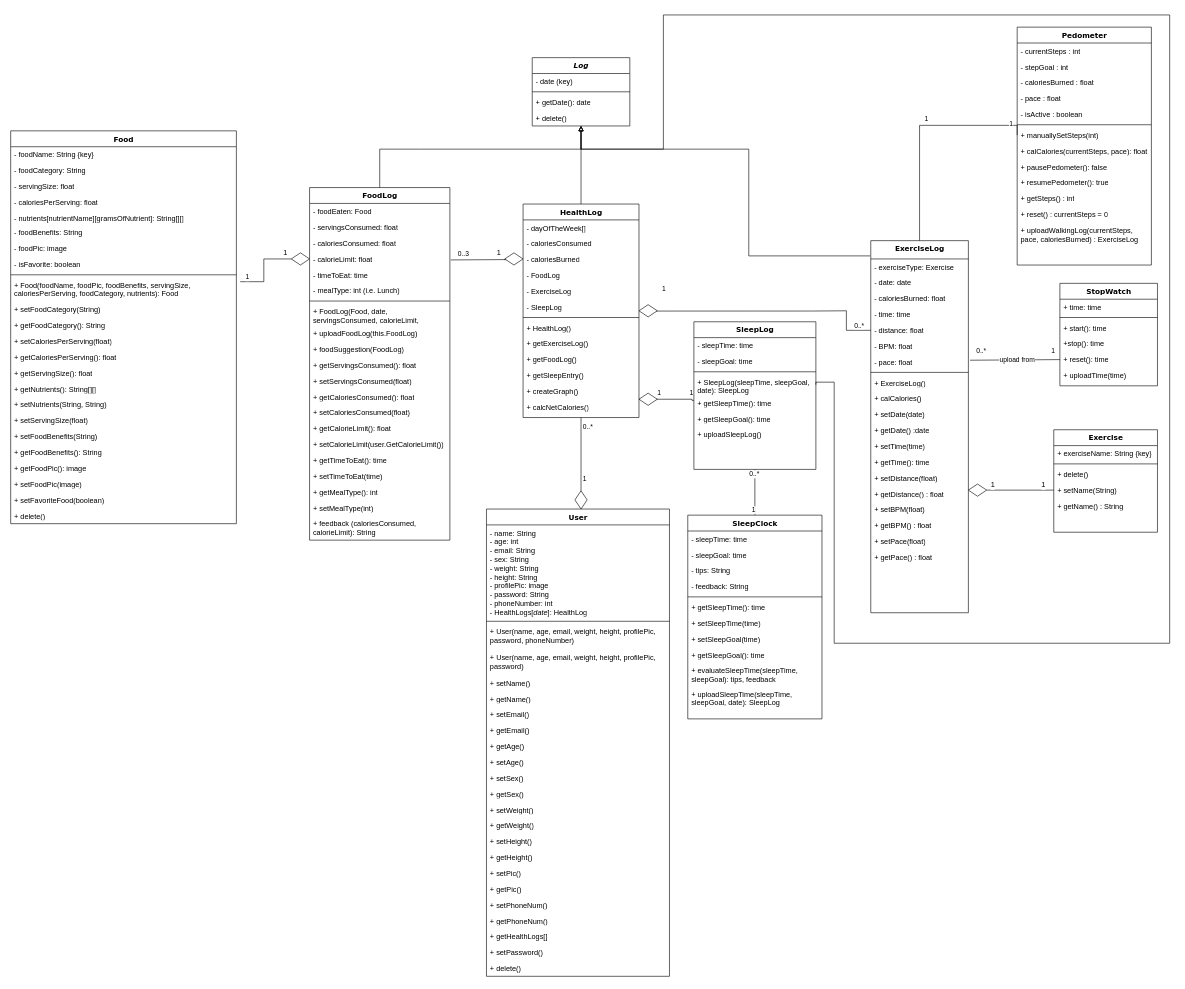
Before: Health App Class Diagram.drawio in Esaied19/Team-Albatross, a draw.io diagram. Source tidied: cells renumbered, new cells numbered last; positions are measured from the earlier drawing's top-left corner, leaving out a move shared by most shapes. Both pictures are drawn from the tidied source at 61%, with x=0, y=0 at pixel (10, 15).
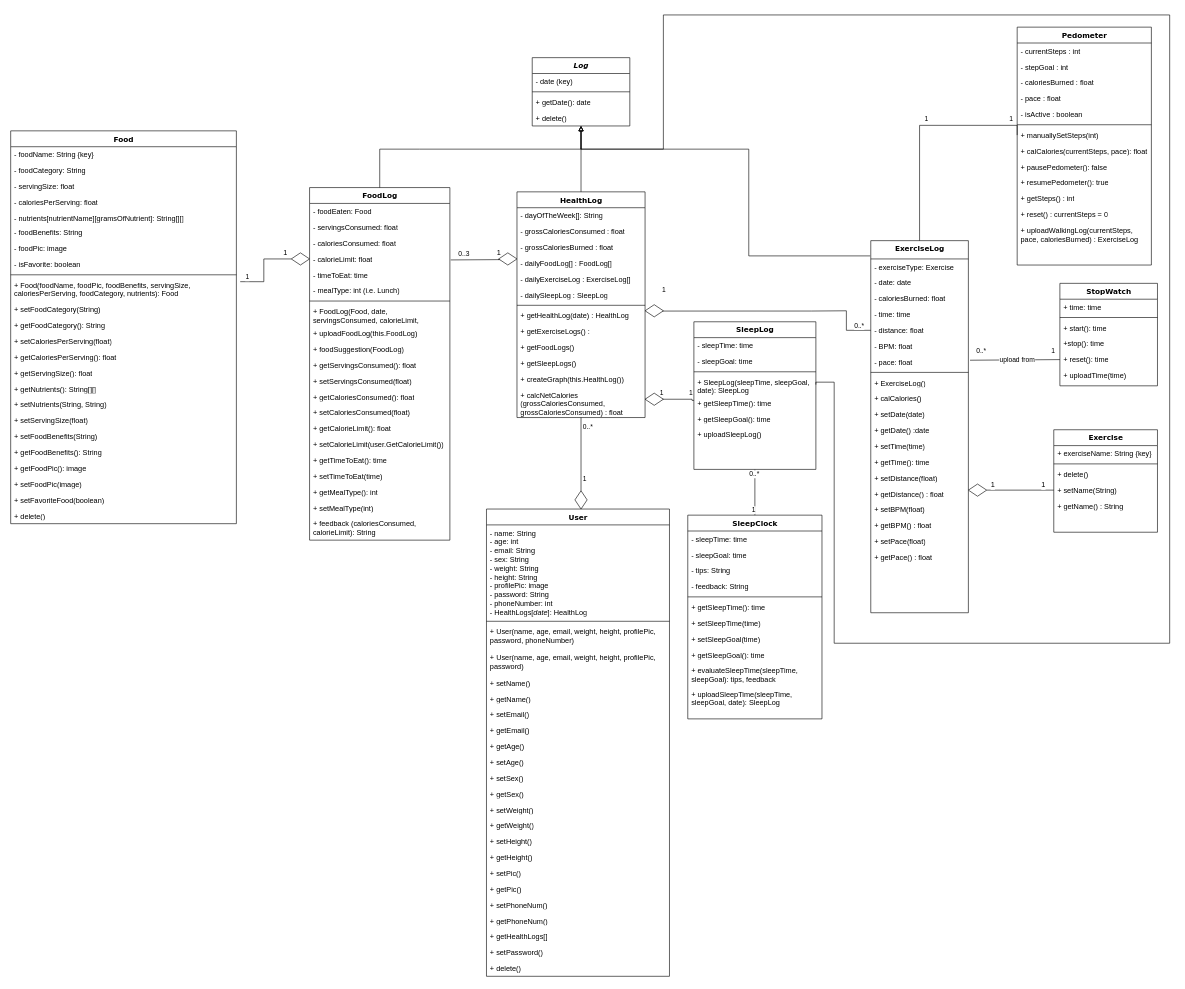
Above is the later version.

Unchanged cells that the change refers to:
```xml
<mxCell id="88" style="edgeStyle=orthogonalEdgeStyle;rounded=0;jettySize=auto;html=1;entryX=0.502;entryY=1.094;entryDx=0;entryDy=0;entryPerimeter=0;labelBackgroundColor=default;fontColor=default;endArrow=none;endFill=0;strokeColor=default;exitX=0.004;exitY=0.344;exitDx=0;exitDy=0;exitPerimeter=0;" parent="1" edge="1" source="99" target="144">
  <mxGeometry relative="1" as="geometry">
    <Array as="points">
      <mxPoint x="1117" y="632" />
      <mxPoint x="1117" y="630" />
      <mxPoint x="935" y="630" />
    </Array>
  </mxGeometry>
</mxCell>
<mxCell id="151" style="edgeStyle=orthogonalEdgeStyle;rounded=0;jettySize=auto;html=1;exitX=0;exitY=0.5;exitDx=0;exitDy=0;labelBackgroundColor=default;fontColor=default;endArrow=none;endFill=0;strokeColor=default;entryX=0.5;entryY=0;entryDx=0;entryDy=0;" parent="1" edge="1" source="33" target="102">
  <mxGeometry relative="1" as="geometry">
    <Array as="points">
      <mxPoint x="1490" y="181" />
    </Array>
  </mxGeometry>
</mxCell>
```

Change to the diagram source:
```diff
@@
     <mxCell id="89" value="1" style="edgeLabel;html=1;align=center;verticalAlign=middle;fontColor=default;" parent="88" vertex="1">
       <mxGeometry x="-0.08" relative="1" as="geometry">
-        <mxPoint x="27" y="-12" as="offset" />
+        <mxPoint x="38" y="-12" as="offset" />
       </mxGeometry>
     </mxCell>
@@
     <mxCell id="132" value="HealthLog" style="swimlane;html=1;fontStyle=1;align=center;verticalAlign=top;horizontal=1;startSize=26;swimlaneFillColor=#ffffff;rounded=0;shadow=0;comic=0;labelBackgroundColor=none;strokeWidth=1;fillColor=none;fontFamily=Verdana;fontSize=12;strokeColor=default;fontColor=default;" parent="1" vertex="1">
-      <mxGeometry x="840" y="310" width="190" height="350" as="geometry" />
+      <mxGeometry x="830" y="290" width="210" height="370" as="geometry" />
     </mxCell>
-    <mxCell id="133" value="&lt;div&gt;- dayOfTheWeek[]&lt;br&gt;&lt;/div&gt;&lt;div&gt;&lt;/div&gt;" style="text;html=1;strokeColor=none;fillColor=none;align=left;verticalAlign=top;spacingLeft=4;spacingRight=4;whiteSpace=wrap;overflow=hidden;fontColor=default;" parent="132" vertex="1">
-      <mxGeometry y="26" width="190" height="26" as="geometry" />
+    <mxCell id="133" value="&lt;div&gt;- dayOfTheWeek[]: String&lt;br&gt;&lt;/div&gt;&lt;div&gt;&lt;/div&gt;" style="text;html=1;strokeColor=none;fillColor=none;align=left;verticalAlign=top;spacingLeft=4;spacingRight=4;whiteSpace=wrap;overflow=hidden;fontColor=default;" parent="132" vertex="1">
+      <mxGeometry y="26" width="210" height="26" as="geometry" />
     </mxCell>
-    <mxCell id="134" value="- caloriesConsumed" style="text;html=1;strokeColor=none;fillColor=none;align=left;verticalAlign=top;spacingLeft=4;spacingRight=4;whiteSpace=wrap;overflow=hidden;fontColor=default;" parent="132" vertex="1">
-      <mxGeometry y="52" width="190" height="26" as="geometry" />
+    <mxCell id="134" value="- grossCaloriesConsumed : float" style="text;html=1;strokeColor=none;fillColor=none;align=left;verticalAlign=top;spacingLeft=4;spacingRight=4;whiteSpace=wrap;overflow=hidden;fontColor=default;" parent="132" vertex="1">
+      <mxGeometry y="52" width="210" height="26" as="geometry" />
     </mxCell>
-    <mxCell id="135" value="- caloriesBurned" style="text;html=1;strokeColor=none;fillColor=none;align=left;verticalAlign=top;spacingLeft=4;spacingRight=4;whiteSpace=wrap;overflow=hidden;fontColor=default;" parent="132" vertex="1">
-      <mxGeometry y="78" width="190" height="26" as="geometry" />
+    <mxCell id="135" value="- grossCaloriesBurned : float" style="text;html=1;strokeColor=none;fillColor=none;align=left;verticalAlign=top;spacingLeft=4;spacingRight=4;whiteSpace=wrap;overflow=hidden;fontColor=default;" parent="132" vertex="1">
+      <mxGeometry y="78" width="210" height="26" as="geometry" />
     </mxCell>
-    <mxCell id="136" value="- FoodLog" style="text;html=1;strokeColor=none;fillColor=none;align=left;verticalAlign=top;spacingLeft=4;spacingRight=4;whiteSpace=wrap;overflow=hidden;fontColor=default;" parent="132" vertex="1">
-      <mxGeometry y="104" width="190" height="26" as="geometry" />
+    <mxCell id="136" value="- dailyFoodLog[] : FoodLog[]" style="text;html=1;strokeColor=none;fillColor=none;align=left;verticalAlign=top;spacingLeft=4;spacingRight=4;whiteSpace=wrap;overflow=hidden;fontColor=default;" parent="132" vertex="1">
+      <mxGeometry y="104" width="210" height="26" as="geometry" />
     </mxCell>
-    <mxCell id="137" value="- ExerciseLog" style="text;html=1;strokeColor=none;fillColor=none;align=left;verticalAlign=top;spacingLeft=4;spacingRight=4;whiteSpace=wrap;overflow=hidden;fontColor=default;" parent="132" vertex="1">
-      <mxGeometry y="130" width="190" height="26" as="geometry" />
+    <mxCell id="137" value="- dailyExerciseLog : ExerciseLog[]" style="text;html=1;strokeColor=none;fillColor=none;align=left;verticalAlign=top;spacingLeft=4;spacingRight=4;whiteSpace=wrap;overflow=hidden;fontColor=default;" parent="132" vertex="1">
+      <mxGeometry y="130" width="210" height="26" as="geometry" />
     </mxCell>
-    <mxCell id="138" value="- SleepLog" style="text;html=1;strokeColor=none;fillColor=none;align=left;verticalAlign=top;spacingLeft=4;spacingRight=4;whiteSpace=wrap;overflow=hidden;fontColor=default;" parent="132" vertex="1">
-      <mxGeometry y="156" width="190" height="26" as="geometry" />
+    <mxCell id="138" value="- dailySleepLog : SleepLog" style="text;html=1;strokeColor=none;fillColor=none;align=left;verticalAlign=top;spacingLeft=4;spacingRight=4;whiteSpace=wrap;overflow=hidden;fontColor=default;" parent="132" vertex="1">
+      <mxGeometry y="156" width="210" height="26" as="geometry" />
     </mxCell>
     <mxCell id="139" style="line;html=1;strokeWidth=1;fillColor=none;align=left;verticalAlign=middle;spacingTop=-1;spacingLeft=3;spacingRight=3;labelPosition=right;strokeColor=default;labelBackgroundColor=default;fontColor=default;" parent="132" vertex="1">
-      <mxGeometry y="182" width="190" height="8" as="geometry" />
+      <mxGeometry y="182" width="210" height="8" as="geometry" />
     </mxCell>
-    <mxCell id="140" value="+ HealthLog()" style="text;html=1;strokeColor=none;fillColor=none;align=left;verticalAlign=top;spacingLeft=4;spacingRight=4;whiteSpace=wrap;overflow=hidden;fontColor=default;" parent="132" vertex="1">
-      <mxGeometry y="190" width="190" height="26" as="geometry" />
+    <mxCell id="140" value="+ getHealthLog(date) : HealthLog" style="text;html=1;strokeColor=none;fillColor=none;align=left;verticalAlign=top;spacingLeft=4;spacingRight=4;whiteSpace=wrap;overflow=hidden;fontColor=default;" parent="132" vertex="1">
+      <mxGeometry y="190" width="210" height="26" as="geometry" />
     </mxCell>
-    <mxCell id="141" value="+ getExerciseLog()" style="text;html=1;strokeColor=none;fillColor=none;align=left;verticalAlign=top;spacingLeft=4;spacingRight=4;whiteSpace=wrap;overflow=hidden;fontColor=default;" parent="132" vertex="1">
-      <mxGeometry y="216" width="190" height="26" as="geometry" />
+    <mxCell id="141" value="+ getExerciseLogs() : " style="text;html=1;strokeColor=none;fillColor=none;align=left;verticalAlign=top;spacingLeft=4;spacingRight=4;whiteSpace=wrap;overflow=hidden;fontColor=default;" parent="132" vertex="1">
+      <mxGeometry y="216" width="210" height="26" as="geometry" />
     </mxCell>
-    <mxCell id="142" value="+ getFoodLog()" style="text;html=1;strokeColor=none;fillColor=none;align=left;verticalAlign=top;spacingLeft=4;spacingRight=4;whiteSpace=wrap;overflow=hidden;fontColor=default;" parent="132" vertex="1">
-      <mxGeometry y="242" width="190" height="26" as="geometry" />
+    <mxCell id="142" value="+ getFoodLogs()" style="text;html=1;strokeColor=none;fillColor=none;align=left;verticalAlign=top;spacingLeft=4;spacingRight=4;whiteSpace=wrap;overflow=hidden;fontColor=default;" parent="132" vertex="1">
+      <mxGeometry y="242" width="210" height="26" as="geometry" />
     </mxCell>
-    <mxCell id="143" value="+ getSleepEntry()" style="text;html=1;strokeColor=none;fillColor=none;align=left;verticalAlign=top;spacingLeft=4;spacingRight=4;whiteSpace=wrap;overflow=hidden;fontColor=default;" parent="132" vertex="1">
-      <mxGeometry y="268" width="190" height="26" as="geometry" />
+    <mxCell id="143" value="+ getSleepLogs()" style="text;html=1;strokeColor=none;fillColor=none;align=left;verticalAlign=top;spacingLeft=4;spacingRight=4;whiteSpace=wrap;overflow=hidden;fontColor=default;" parent="132" vertex="1">
+      <mxGeometry y="268" width="210" height="26" as="geometry" />
     </mxCell>
-    <mxCell id="144" value="+ createGraph()" style="text;html=1;strokeColor=none;fillColor=none;align=left;verticalAlign=top;spacingLeft=4;spacingRight=4;whiteSpace=wrap;overflow=hidden;points=[[0,0.5],[1,0.5]];portConstraint=eastwest;" parent="132" vertex="1">
-      <mxGeometry y="294" width="190" height="26" as="geometry" />
+    <mxCell id="144" value="+ createGraph(this.HealthLog())" style="text;html=1;strokeColor=none;fillColor=none;align=left;verticalAlign=top;spacingLeft=4;spacingRight=4;whiteSpace=wrap;overflow=hidden;points=[[0,0.5],[1,0.5]];portConstraint=eastwest;" parent="132" vertex="1">
+      <mxGeometry y="294" width="210" height="26" as="geometry" />
     </mxCell>
-    <mxCell id="145" value="+ calcNetCalories()" style="text;html=1;strokeColor=none;fillColor=none;align=left;verticalAlign=top;spacingLeft=4;spacingRight=4;whiteSpace=wrap;overflow=hidden;fontColor=default;" parent="132" vertex="1">
-      <mxGeometry y="320" width="190" height="26" as="geometry" />
+    <mxCell id="145" value="&lt;div&gt;+ calcNetCalories&lt;/div&gt;&lt;div&gt;(grossCaloriesConsumed, grossCaloriesConsumed) : float&lt;/div&gt;" style="text;html=1;strokeColor=none;fillColor=none;align=left;verticalAlign=top;spacingLeft=4;spacingRight=4;whiteSpace=wrap;overflow=hidden;fontColor=default;" parent="132" vertex="1">
+      <mxGeometry y="320" width="210" height="50" as="geometry" />
     </mxCell>
@@
     <mxCell id="153" value="1" style="edgeLabel;html=1;align=center;verticalAlign=middle;fontColor=default;" parent="151" vertex="1">
-      <mxGeometry x="-0.85" y="-3" relative="1" as="geometry" />
+      <mxGeometry x="-0.85" y="-3" relative="1" as="geometry">
+        <mxPoint y="-8" as="offset" />
+      </mxGeometry>
     </mxCell>
@@
     <mxCell id="160" style="rhombus;whiteSpace=wrap;html=1;" parent="1" vertex="1">
-      <mxGeometry x="810" y="390" width="30" height="20" as="geometry" />
+      <mxGeometry x="800" y="390" width="30" height="20" as="geometry" />
     </mxCell>
     <mxCell id="161" style="rhombus;whiteSpace=wrap;html=1;" parent="1" vertex="1">
-      <mxGeometry x="1030" y="475" width="30" height="20" as="geometry" />
+      <mxGeometry x="1040" y="475" width="30" height="20" as="geometry" />
     </mxCell>
@@
     <mxCell id="185" style="rhombus;whiteSpace=wrap;html=1;" parent="1" vertex="1">
-      <mxGeometry x="1030" y="620" width="30" height="20" as="geometry" />
+      <mxGeometry x="1040" y="620" width="30" height="20" as="geometry" />
     </mxCell>
```
